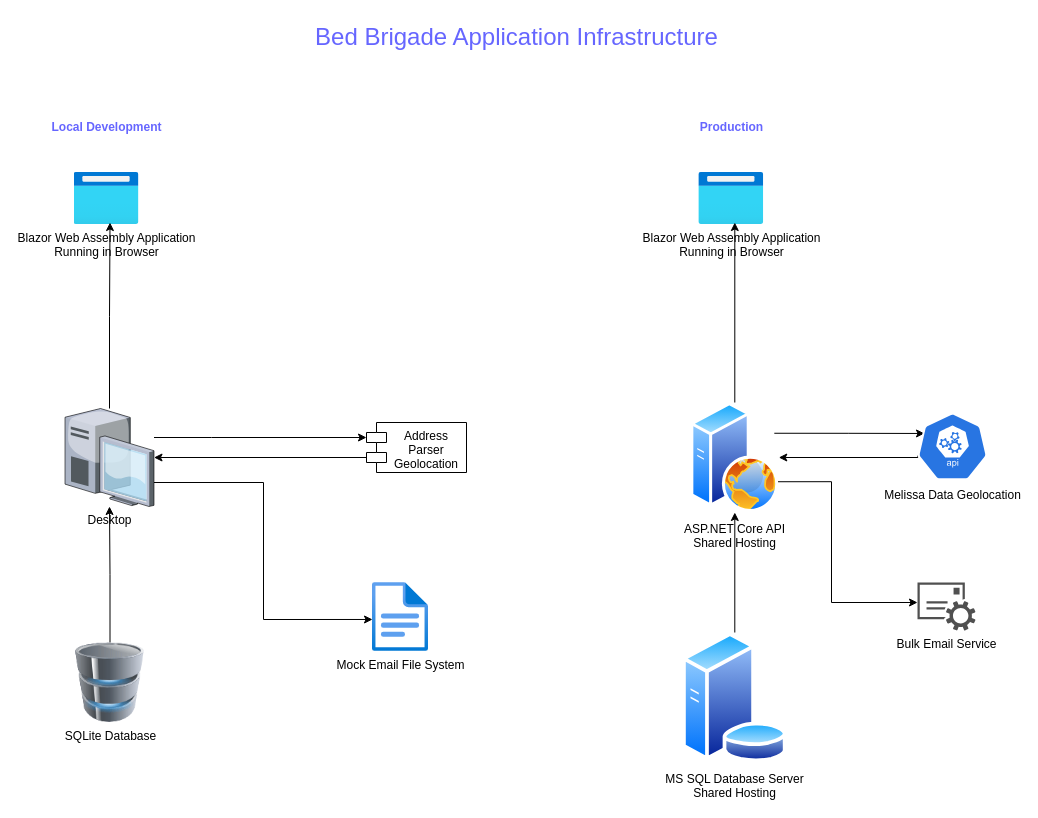
GregFinzer/BedBrigadeNational keeps this draw.io diagram as Documentation/Design/Application Infrastructure Diagram.drawio. Above is the earlier version. Source tidied: cells renumbered, new cells numbered last; positions are measured from the earlier drawing's top-left corner, leaving out a move shared by most shapes. Both pictures are drawn from the tidied source at 100%, with x=0, y=0 at pixel (41, 17).
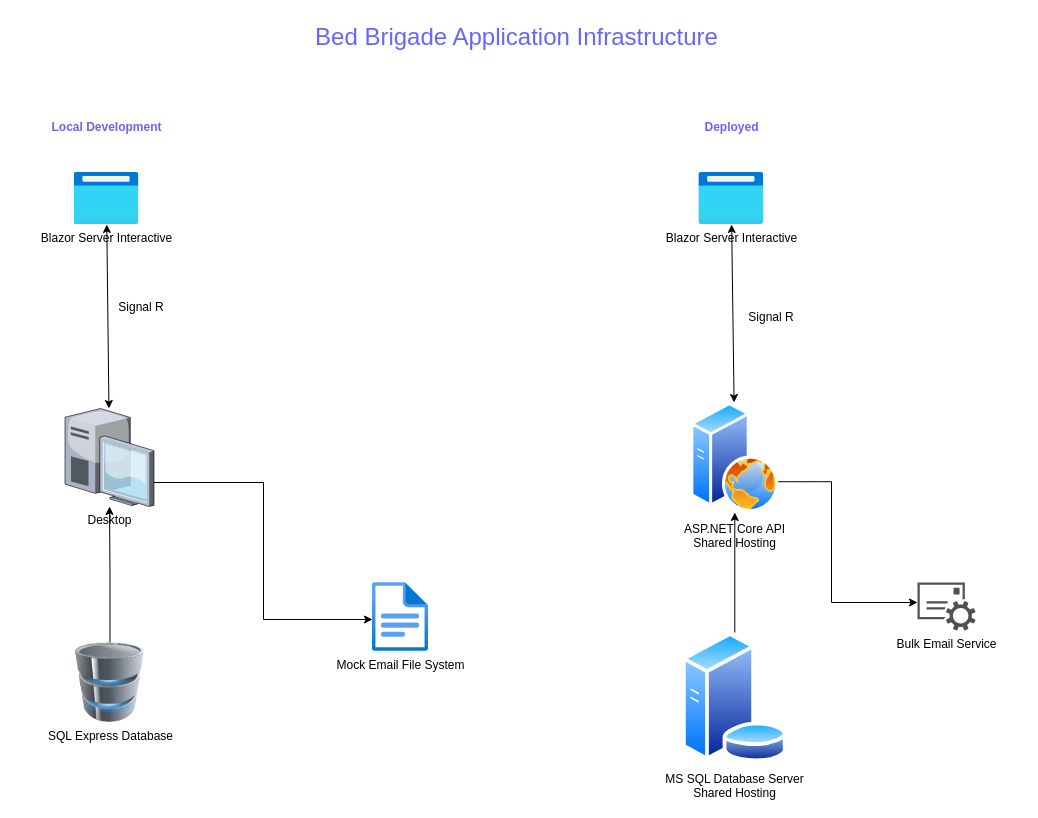
After the change.

Commit message (it also covers changes not shown here):
Update diagrams.  Add Resources for Learning Blazor 8

Unchanged cells that the change refers to:
```xml
<mxCell id="12" value="ASP.NET Core API&lt;br&gt;Shared Hosting" style="perimeter=ellipsePerimeter;html=1;align=center;shadow=0;dashed=0;spacingTop=3;image;image=img/lib/active_directory/web_server.svg;" parent="1" vertex="1">
  <mxGeometry x="649.3" y="385" width="88" height="110" as="geometry" />
</mxCell>
<mxCell id="24" value="Desktop" style="verticalLabelPosition=bottom;sketch=0;html=1;verticalAlign=top;strokeColor=none;align=center;outlineConnect=0;shape=mxgraph.citrix.desktop;" parent="1" vertex="1">
  <mxGeometry x="23.5" y="391" width="89" height="98" as="geometry" />
</mxCell>
```

The edit, as a diff of the source:
```diff
@@
-    <mxCell id="2" value="Blazor Web Assembly Application&lt;br&gt;Running in Browser" style="html=1;points=[];align=center;image;fontSize=12;image=img/lib/azure2/general/Browser.svg;" parent="1" vertex="1">
+    <mxCell id="2" value="Blazor Server Interactive" style="html=1;points=[];align=center;image;fontSize=12;image=img/lib/azure2/general/Browser.svg;" parent="1" vertex="1">
       <mxGeometry x="32.5" y="155" width="65" height="52" as="geometry" />
     </mxCell>
-    <mxCell id="3" style="edgeStyle=orthogonalEdgeStyle;rounded=0;jettySize=auto;html=1;entryX=0.554;entryY=0.962;entryDx=0;entryDy=0;entryPerimeter=0;" parent="1" edge="1" source="24" target="2">
-      <mxGeometry relative="1" as="geometry" />
-    </mxCell>
@@
-    <mxCell id="5" style="edgeStyle=orthogonalEdgeStyle;rounded=0;jettySize=auto;html=1;entryX=0;entryY=0;entryDx=0;entryDy=15;entryPerimeter=0;" parent="1" edge="1" source="24" target="23">
-      <mxGeometry relative="1" as="geometry">
-        <Array as="points">
-          <mxPoint x="170" y="420" />
-          <mxPoint x="170" y="420" />
-        </Array>
-      </mxGeometry>
-    </mxCell>
@@
-    <mxCell id="7" value="SQLite Database" style="image;html=1;image=img/lib/clip_art/computers/Database_128x128.png;" parent="1" vertex="1">
+    <mxCell id="7" value="SQL Express Database" style="image;html=1;image=img/lib/clip_art/computers/Database_128x128.png;" parent="1" vertex="1">
       <mxGeometry x="28.5" y="625" width="80" height="80" as="geometry" />
     </mxCell>
-    <mxCell id="8" value="Blazor Web Assembly Application&lt;br&gt;Running in Browser" style="html=1;points=[];align=center;image;fontSize=12;image=img/lib/azure2/general/Browser.svg;" parent="1" vertex="1">
+    <mxCell id="8" value="Blazor Server Interactive" style="html=1;points=[];align=center;image;fontSize=12;image=img/lib/azure2/general/Browser.svg;" parent="1" vertex="1">
       <mxGeometry x="657.3" y="155" width="65" height="52" as="geometry" />
     </mxCell>
-    <mxCell id="9" style="edgeStyle=orthogonalEdgeStyle;rounded=0;jettySize=auto;html=1;entryX=0.554;entryY=0.962;entryDx=0;entryDy=0;entryPerimeter=0;" parent="1" edge="1" source="12" target="8">
-      <mxGeometry relative="1" as="geometry" />
-    </mxCell>
-    <mxCell id="10" style="edgeStyle=orthogonalEdgeStyle;rounded=0;jettySize=auto;html=1;exitX=1;exitY=0.25;exitDx=0;exitDy=0;entryX=0.1;entryY=0.314;entryDx=0;entryDy=0;entryPerimeter=0;" parent="1" edge="1" source="12" target="21">
-      <mxGeometry relative="1" as="geometry" />
-    </mxCell>
@@
-    <mxCell id="16" value="Production" style="text;html=1;align=center;verticalAlign=middle;fillColor=none;strokeColor=none;rounded=0;fontStyle=1;fontColor=#6666FF;" parent="1" vertex="1">
-      <mxGeometry x="644.8" y="95" width="90" height="30" as="geometry" />
+    <mxCell id="16" value="Deployed" style="text;html=1;align=center;verticalAlign=middle;fillColor=none;strokeColor=none;rounded=0;fontStyle=1;fontColor=#6666FF;" parent="1" vertex="1">
+      <mxGeometry x="649.8" y="95" width="80" height="30" as="geometry" />
     </mxCell>
@@
-    <mxCell id="20" style="edgeStyle=orthogonalEdgeStyle;rounded=0;jettySize=auto;html=1;exitX=0.005;exitY=0.63;exitDx=0;exitDy=0;exitPerimeter=0;entryX=1;entryY=0.5;entryDx=0;entryDy=0;" parent="1" edge="1" source="21" target="12">
-      <mxGeometry relative="1" as="geometry">
-        <Array as="points">
-          <mxPoint x="876" y="440" />
-        </Array>
-      </mxGeometry>
-    </mxCell>
-    <mxCell id="21" value="Melissa Data Geolocation" style="sketch=0;html=1;dashed=0;whitespace=wrap;fillColor=#2875E2;strokeColor=#ffffff;points=[[0.005,0.63,0],[0.1,0.2,0],[0.9,0.2,0],[0.5,0,0],[0.995,0.63,0],[0.72,0.99,0],[0.5,1,0],[0.28,0.99,0]];verticalLabelPosition=bottom;align=center;verticalAlign=top;shape=mxgraph.kubernetes.icon;prIcon=api;" parent="1" vertex="1">
-      <mxGeometry x="876" y="394" width="70" height="70" as="geometry" />
-    </mxCell>
-    <mxCell id="22" style="edgeStyle=orthogonalEdgeStyle;rounded=0;jettySize=auto;html=1;exitX=0;exitY=0;exitDx=0;exitDy=35;exitPerimeter=0;" parent="1" edge="1" source="23" target="24">
-      <mxGeometry relative="1" as="geometry" />
-    </mxCell>
-    <mxCell id="23" value="Address&#10;Parser&#10;Geolocation" style="shape=module;align=left;spacingLeft=20;align=center;verticalAlign=top;" parent="1" vertex="1">
-      <mxGeometry x="325" y="405" width="100" height="50" as="geometry" />
-    </mxCell>
@@
+    <mxCell id="25" style="endArrow=classic;startArrow=classic;html=1;rounded=0;" parent="1" edge="1" source="2" target="24">
+      <mxGeometry relative="1" as="geometry" />
+    </mxCell>
+    <mxCell id="26" value="Signal R" style="text;html=1;strokeColor=none;fillColor=none;align=center;verticalAlign=middle;whiteSpace=wrap;rounded=0;" parent="1" vertex="1">
+      <mxGeometry x="70" y="275" width="60" height="30" as="geometry" />
+    </mxCell>
+    <mxCell id="27" value="Signal R" style="text;html=1;strokeColor=none;fillColor=none;align=center;verticalAlign=middle;whiteSpace=wrap;rounded=0;" parent="1" vertex="1">
+      <mxGeometry x="700" y="285" width="60" height="30" as="geometry" />
+    </mxCell>
+    <mxCell id="9" style="endArrow=classic;startArrow=classic;html=1;rounded=0;" parent="1" edge="1" source="12" target="8">
+      <mxGeometry relative="1" as="geometry" />
+    </mxCell>
```
